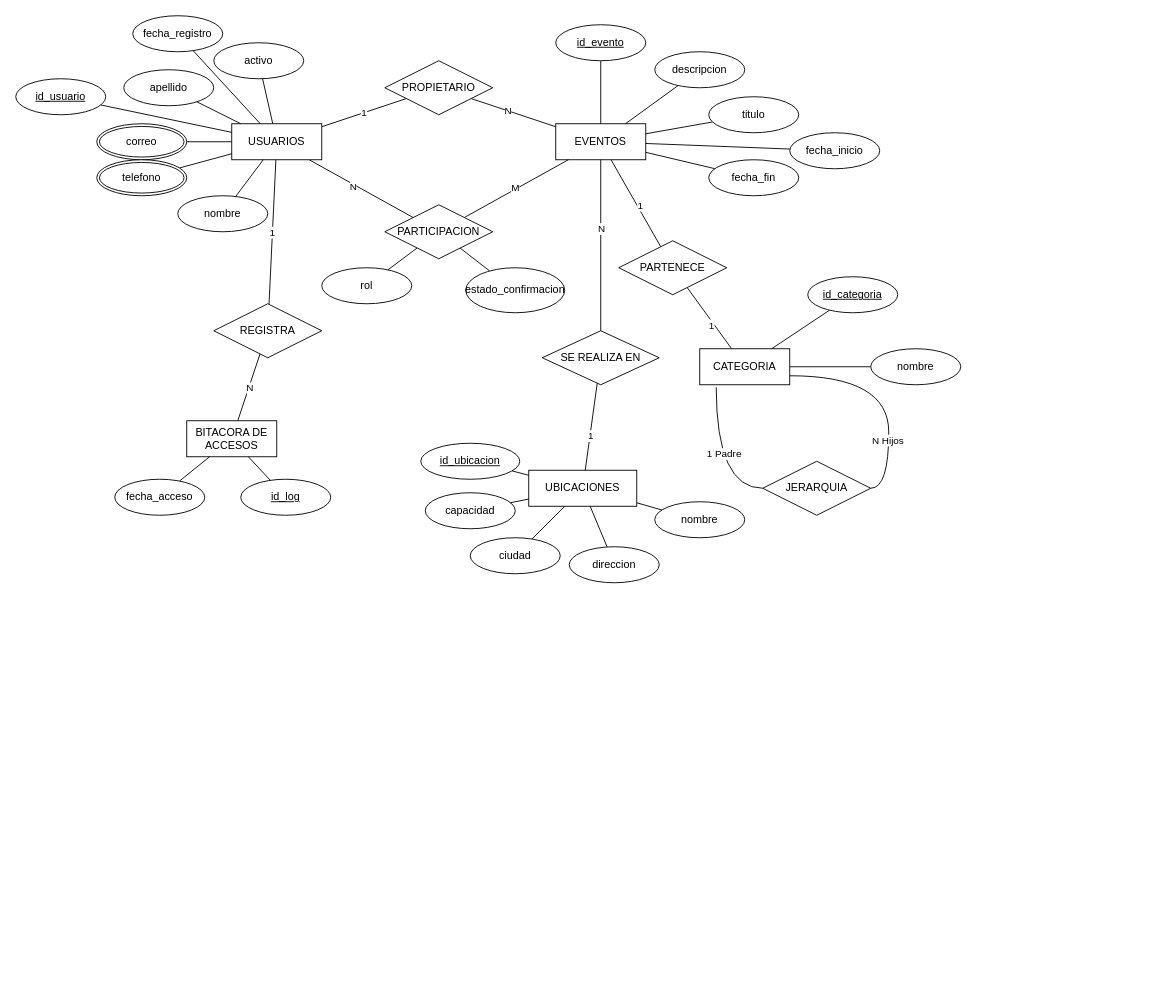
Ju4nj0s3MM/Proyecto_agenda keeps this draw.io diagram as Diagrama_Chen_Agenda_Ubicaciones.drawio. Above is the earlier version. Source tidied: cells renumbered, new cells numbered last; positions are measured from the earlier drawing's top-left corner, leaving out a move shared by most shapes. Both pictures are drawn from the tidied source at 90%, with x=0, y=0 at pixel (15, 15).
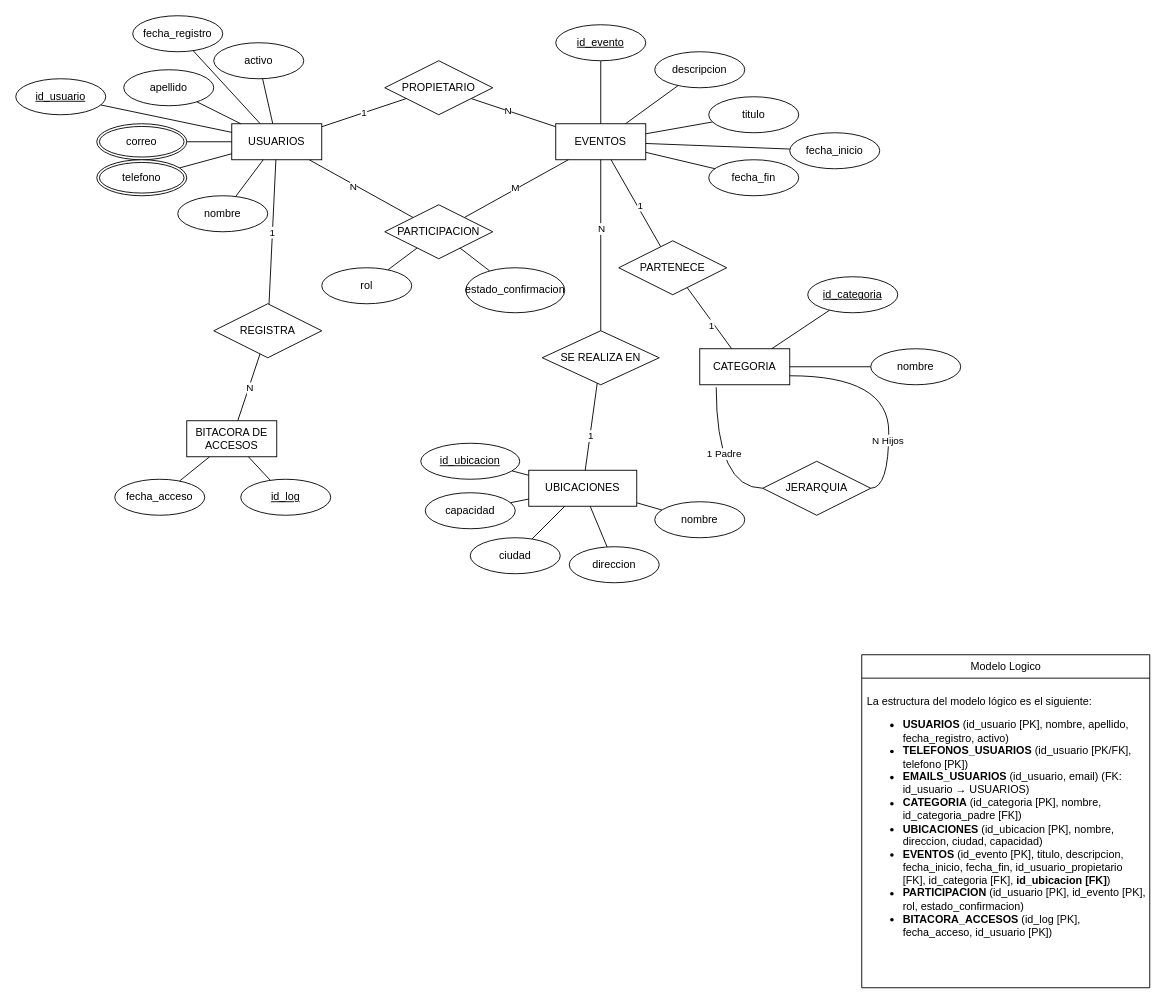
The same diagram, later.

Commit message:
Cambio en el modelo conceptual

What changed in the source:
```diff
@@
+    <mxCell id="83" value="Modelo Logico" style="swimlane;fontStyle=0;horizontal=1;startSize=26;fillColor=none;html=1;" parent="1" vertex="1">
+      <mxGeometry x="940" y="710" width="320" height="370" as="geometry" />
+    </mxCell>
+    <mxCell id="84" value="&lt;p dir=&quot;ltr&quot;&gt;La estructura del modelo lógico es el siguiente:&lt;/p&gt;&lt;ul dir=&quot;ltr&quot;&gt;&lt;li&gt;&lt;strong&gt;USUARIOS&lt;/strong&gt; (id_usuario [PK], nombre, apellido, fecha_registro, activo)&lt;/li&gt;&lt;li&gt;&lt;strong&gt;TELEFONOS_USUARIOS&lt;/strong&gt; (id_usuario [PK/FK], telefono [PK])&lt;/li&gt;&lt;li&gt;&lt;strong&gt;EMAILS_USUARIOS&lt;/strong&gt; (id_usuario, email) (FK: id_usuario → USUARIOS)&lt;/li&gt;&lt;li&gt;&lt;strong&gt;CATEGORIA&lt;/strong&gt; (id_categoria [PK], nombre, id_categoria_padre [FK])&lt;/li&gt;&lt;li&gt;&lt;strong&gt;UBICACIONES&lt;/strong&gt; (id_ubicacion [PK], nombre, direccion, ciudad, capacidad)&lt;/li&gt;&lt;li&gt;&lt;strong&gt;EVENTOS&lt;/strong&gt; (id_evento [PK], titulo, descripcion, fecha_inicio, fecha_fin, id_usuario_propietario [FK], id_categoria [FK], &lt;strong&gt;id_ubicacion [FK]&lt;/strong&gt;)&lt;/li&gt;&lt;li&gt;&lt;strong&gt;PARTICIPACION&lt;/strong&gt; (id_usuario [PK], id_evento [PK], rol, estado_confirmacion)&lt;/li&gt;&lt;li&gt;&lt;strong&gt;BITACORA_ACCESOS&lt;/strong&gt; (id_log [PK], fecha_acceso, id_usuario [PK])&lt;/li&gt;&lt;/ul&gt;" style="text;strokeColor=none;fillColor=none;align=left;verticalAlign=top;spacingLeft=4;spacingRight=4;overflow=hidden;whiteSpace=wrap;html=1;" parent="83" vertex="1">
+      <mxGeometry y="26" width="320" height="344" as="geometry" />
+    </mxCell>
```
